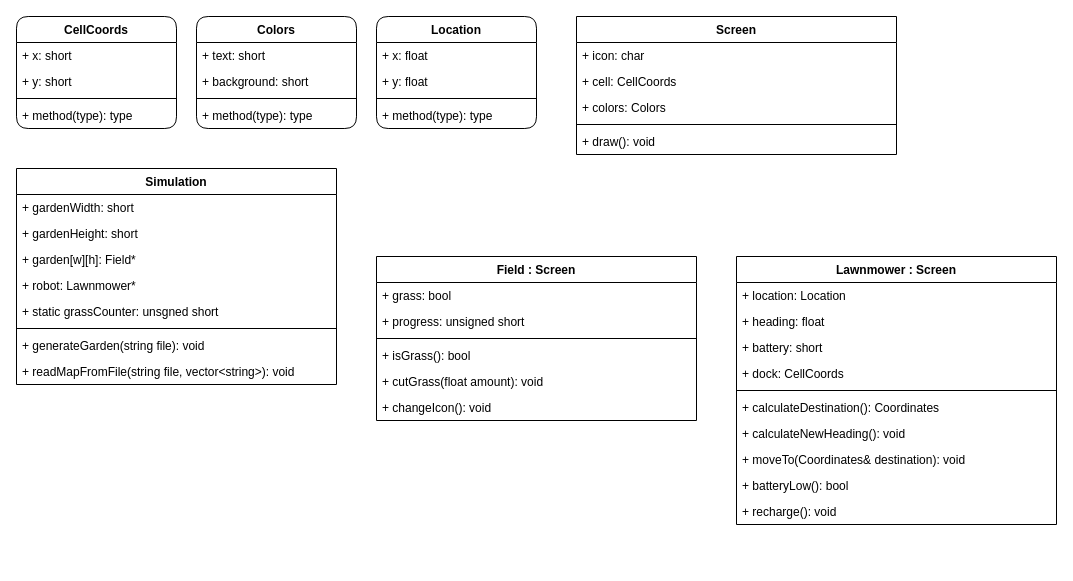
Before: classes.drawio in theqbz/Lawnmower, a draw.io diagram. Source tidied: cells renumbered, new cells numbered last; positions are measured from the earlier drawing's top-left corner, leaving out a move shared by most shapes. Both pictures are drawn from the tidied source at 100%, with x=0, y=0 at pixel (16, 16).
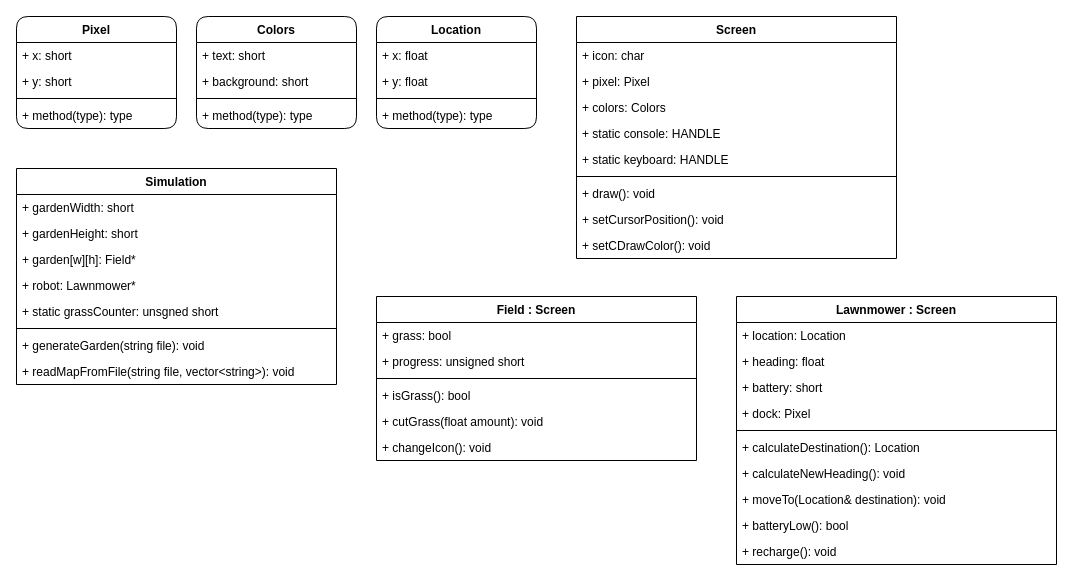
The same page after the edit.

Diff of the diagram source:
```diff
@@
     <mxCell id="2" value="Lawnmower : Screen" style="swimlane;fontStyle=1;align=center;verticalAlign=top;horizontal=1;startSize=26;" parent="1" vertex="1">
-      <mxGeometry x="720" y="240" width="320" height="268" as="geometry" />
+      <mxGeometry x="720" y="280" width="320" height="268" as="geometry" />
     </mxCell>
@@
-    <mxCell id="6" value="+ dock: CellCoords" style="text;strokeColor=none;fillColor=none;align=left;verticalAlign=top;spacingLeft=4;spacingRight=4;overflow=hidden;" parent="2" vertex="1">
+    <mxCell id="6" value="+ dock: Pixel" style="text;strokeColor=none;fillColor=none;align=left;verticalAlign=top;spacingLeft=4;spacingRight=4;overflow=hidden;" parent="2" vertex="1">
       <mxGeometry y="104" width="320" height="26" as="geometry" />
     </mxCell>
@@
-    <mxCell id="8" value="+ calculateDestination(): Coordinates" style="text;strokeColor=none;fillColor=none;align=left;verticalAlign=top;spacingLeft=4;spacingRight=4;overflow=hidden;" parent="2" vertex="1">
+    <mxCell id="8" value="+ calculateDestination(): Location" style="text;strokeColor=none;fillColor=none;align=left;verticalAlign=top;spacingLeft=4;spacingRight=4;overflow=hidden;" parent="2" vertex="1">
       <mxGeometry y="138" width="320" height="26" as="geometry" />
     </mxCell>
@@
-    <mxCell id="10" value="+ moveTo(Coordinates&amp; destination): void" style="text;strokeColor=none;fillColor=none;align=left;verticalAlign=top;spacingLeft=4;spacingRight=4;overflow=hidden;" parent="2" vertex="1">
+    <mxCell id="10" value="+ moveTo(Location&amp; destination): void" style="text;strokeColor=none;fillColor=none;align=left;verticalAlign=top;spacingLeft=4;spacingRight=4;overflow=hidden;" parent="2" vertex="1">
       <mxGeometry y="190" width="320" height="26" as="geometry" />
     </mxCell>
@@
     <mxCell id="18" value="Screen" style="swimlane;fontStyle=1;align=center;verticalAlign=top;horizontal=1;startSize=26;rounded=0;" parent="1" vertex="1">
-      <mxGeometry x="560" width="320" height="138" as="geometry" />
+      <mxGeometry x="560" width="320" height="242" as="geometry" />
     </mxCell>
@@
-    <mxCell id="20" value="+ cell: CellCoords" style="text;strokeColor=none;fillColor=none;align=left;verticalAlign=top;spacingLeft=4;spacingRight=4;overflow=hidden;rounded=1;" parent="18" vertex="1">
+    <mxCell id="20" value="+ pixel: Pixel" style="text;strokeColor=none;fillColor=none;align=left;verticalAlign=top;spacingLeft=4;spacingRight=4;overflow=hidden;rounded=1;" parent="18" vertex="1">
       <mxGeometry y="52" width="320" height="26" as="geometry" />
     </mxCell>
@@
+    <mxCell id="50" value="+ static console: HANDLE" style="text;strokeColor=none;fillColor=none;align=left;verticalAlign=top;spacingLeft=4;spacingRight=4;overflow=hidden;rounded=1;" parent="18" vertex="1">
+      <mxGeometry y="104" width="320" height="26" as="geometry" />
+    </mxCell>
+    <mxCell id="51" value="+ static keyboard: HANDLE" style="text;strokeColor=none;fillColor=none;align=left;verticalAlign=top;spacingLeft=4;spacingRight=4;overflow=hidden;rounded=1;" parent="18" vertex="1">
+      <mxGeometry y="130" width="320" height="26" as="geometry" />
+    </mxCell>
     <mxCell id="22" style="line;strokeWidth=1;fillColor=none;align=left;verticalAlign=middle;spacingTop=-1;spacingLeft=3;spacingRight=3;labelPosition=right;strokeColor=inherit;rounded=1;" parent="18" vertex="1">
-      <mxGeometry y="104" width="320" height="8" as="geometry" />
+      <mxGeometry y="156" width="320" height="8" as="geometry" />
     </mxCell>
     <mxCell id="23" value="+ draw(): void" style="text;strokeColor=none;fillColor=none;align=left;verticalAlign=top;spacingLeft=4;spacingRight=4;overflow=hidden;rounded=1;" parent="18" vertex="1">
-      <mxGeometry y="112" width="320" height="26" as="geometry" />
+      <mxGeometry y="164" width="320" height="26" as="geometry" />
     </mxCell>
+    <mxCell id="52" value="+ setCursorPosition(): void" style="text;strokeColor=none;fillColor=none;align=left;verticalAlign=top;spacingLeft=4;spacingRight=4;overflow=hidden;rounded=1;" parent="18" vertex="1">
+      <mxGeometry y="190" width="320" height="26" as="geometry" />
+    </mxCell>
+    <mxCell id="53" value="+ setCDrawColor(): void" style="text;strokeColor=none;fillColor=none;align=left;verticalAlign=top;spacingLeft=4;spacingRight=4;overflow=hidden;rounded=1;" parent="18" vertex="1">
+      <mxGeometry y="216" width="320" height="26" as="geometry" />
+    </mxCell>
-    <mxCell id="24" value="CellCoords" style="swimlane;fontStyle=1;align=center;verticalAlign=top;horizontal=1;startSize=26;rounded=1;" parent="1" vertex="1">
+    <mxCell id="24" value="Pixel" style="swimlane;fontStyle=1;align=center;verticalAlign=top;horizontal=1;startSize=26;rounded=1;" parent="1" vertex="1">
       <mxGeometry width="160" height="112" as="geometry" />
     </mxCell>
@@
     <mxCell id="43" value="Field : Screen" style="swimlane;fontStyle=1;align=center;verticalAlign=top;horizontal=1;startSize=26;rounded=0;" parent="1" vertex="1">
-      <mxGeometry x="360" y="240" width="320" height="164" as="geometry" />
+      <mxGeometry x="360" y="280" width="320" height="164" as="geometry" />
     </mxCell>
```
